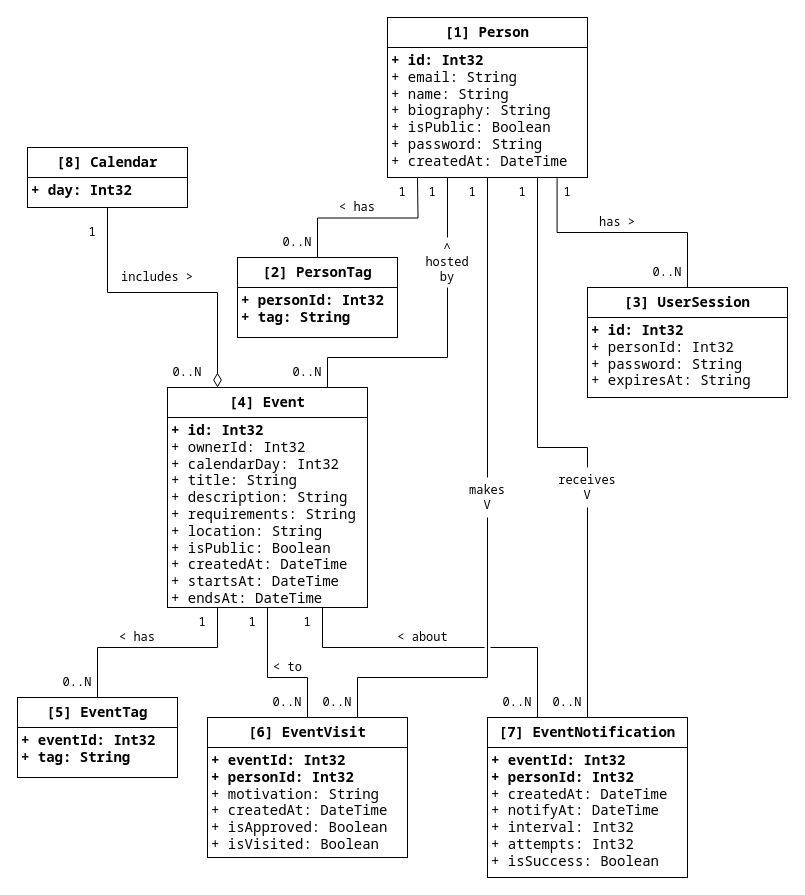
Above: page "Database" (1 of 2) of science/2023-11-28-datamodel.drawio in dmitriynaumov1024/practice-events (draw.io), before the change. Source tidied: cells renumbered, new cells numbered last; positions are measured from the earlier drawing's top-left corner, leaving out a move shared by most shapes. Both pictures are drawn from the tidied source at 100%, with x=0, y=0 at pixel (17, 17).
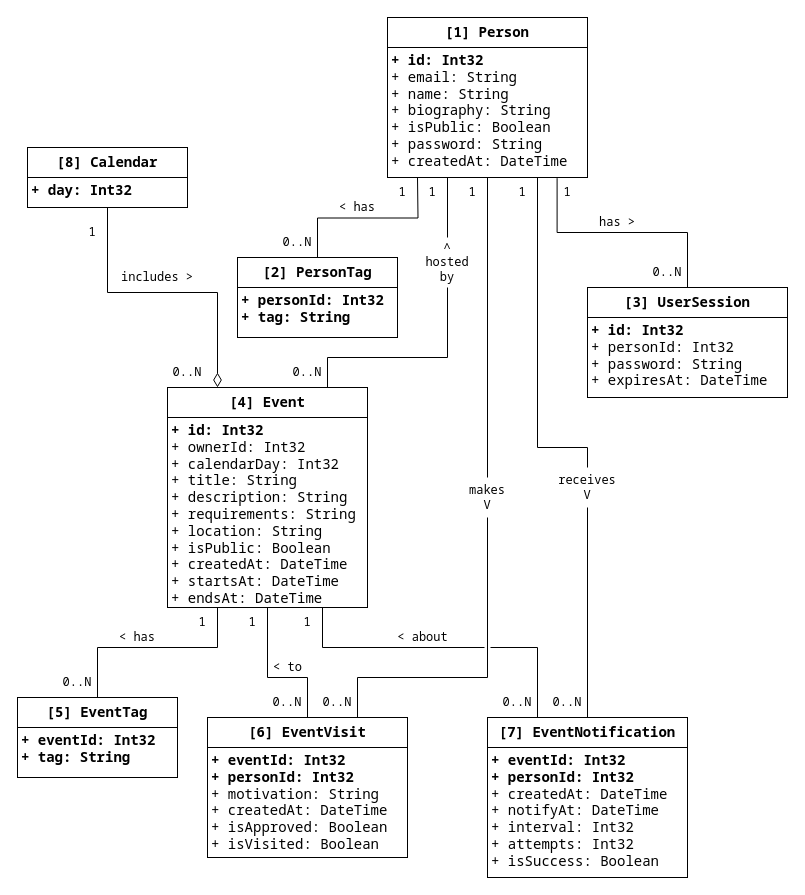
Above is the later version.

What changed in the source:
```diff
@@
-    <mxCell id="17" value="&lt;div&gt;&lt;b&gt;+ id: Int32&amp;nbsp;&lt;/b&gt;&lt;/div&gt;&lt;div&gt;+ personId: Int32&amp;nbsp;&lt;/div&gt;&lt;div&gt;+ password: String&amp;nbsp;&lt;/div&gt;&lt;div&gt;+ expiresAt: String&lt;/div&gt;" style="rounded=0;whiteSpace=wrap;html=1;fontFamily=Noto Sans Mono;fontSize=14;spacing=0;spacingLeft=4;verticalAlign=top;align=left;" parent="1" vertex="1">
+    <mxCell id="17" value="&lt;div&gt;&lt;b&gt;+ id: Int32&amp;nbsp;&lt;/b&gt;&lt;/div&gt;&lt;div&gt;+ personId: Int32&amp;nbsp;&lt;/div&gt;&lt;div&gt;+ password: String&amp;nbsp;&lt;/div&gt;&lt;div&gt;+ expiresAt: DateTime&lt;/div&gt;" style="rounded=0;whiteSpace=wrap;html=1;fontFamily=Noto Sans Mono;fontSize=14;spacing=0;spacingLeft=4;verticalAlign=top;align=left;" parent="1" vertex="1">
       <mxGeometry x="570" y="300" width="200" height="80" as="geometry" />
     </mxCell>
```
